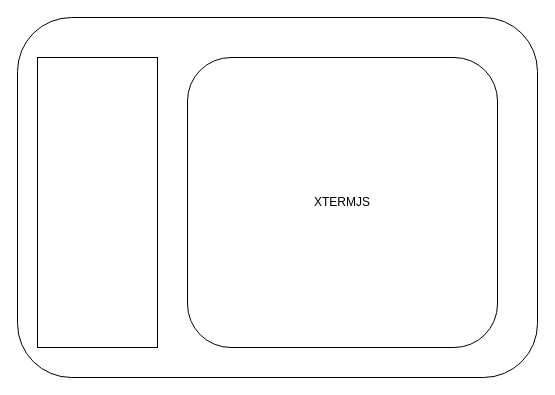
The draw.io diagram page "Lab_Page" (1 of 5) of topkuber.drawio in gonchigars/awesome-startup-credits, before the edit. Source tidied: cells renumbered, new cells numbered last; positions are measured from the earlier drawing's top-left corner, leaving out a move shared by most shapes. Both pictures are drawn from the tidied source at 100%, with x=0, y=0 at pixel (17, 17).
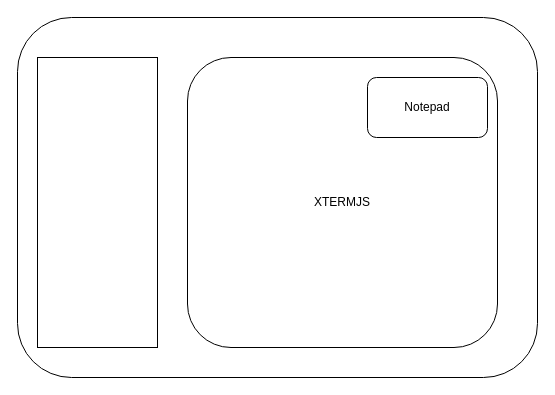
The same diagram, later.

Change to the diagram source:
```diff
@@
 <mxGraphModel>
   <root>
     <mxCell id="0" />
     <mxCell id="1" parent="0" />
     <mxCell id="2" style="rounded=1;whiteSpace=wrap;html=1;" parent="1" vertex="1">
       <mxGeometry width="520" height="360" as="geometry" />
     </mxCell>
     <mxCell id="3" style="rounded=0;whiteSpace=wrap;html=1;" parent="1" vertex="1">
       <mxGeometry x="20" y="40" width="120" height="290" as="geometry" />
     </mxCell>
     <mxCell id="4" value="XTERMJS" style="rounded=1;whiteSpace=wrap;html=1;" parent="1" vertex="1">
       <mxGeometry x="170" y="40" width="310" height="290" as="geometry" />
     </mxCell>
+    <mxCell id="5" value="Notepad" style="rounded=1;whiteSpace=wrap;html=1;" parent="1" vertex="1">
+      <mxGeometry x="350" y="60" width="120" height="60" as="geometry" />
+    </mxCell>
   </root>
 </mxGraphModel>
```
